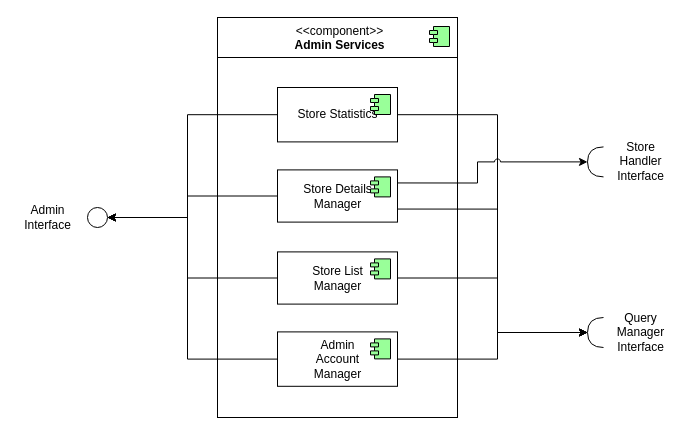
Before: DD/images/draw.io/admin_services.drawio in andreafra/Software-Engineering-2-Project-2021, a draw.io diagram. Source tidied: cells renumbered, new cells numbered last; positions are measured from the earlier drawing's top-left corner, leaving out a move shared by most shapes. Both pictures are drawn from the tidied source at 100%, with x=0, y=0 at pixel (17, 17).
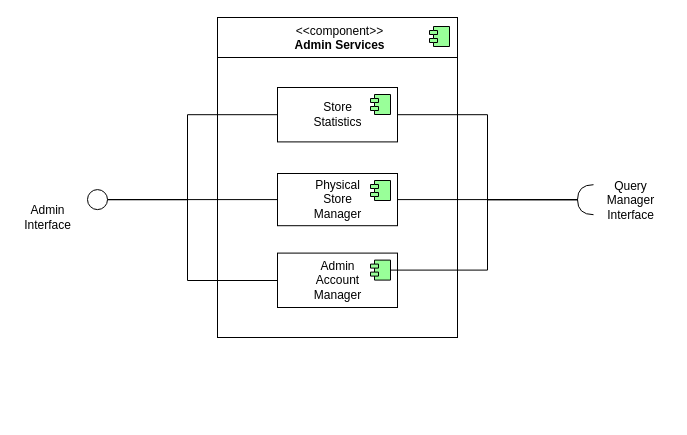
After the change.

Unchanged cells that the change refers to:
```xml
<mxCell id="28" style="shape=module;jettyWidth=8;jettyHeight=4;fillColor=#99FF99;" parent="27" vertex="1">
  <mxGeometry x="1" width="20" height="20" relative="1" as="geometry">
    <mxPoint x="-27" y="7" as="offset" />
  </mxGeometry>
</mxCell>
```

What changed in the source:
```diff
@@
     <mxCell id="2" style="html=1;align=center;" parent="1" vertex="1">
-      <mxGeometry x="200" y="40" width="240" height="360" as="geometry" />
+      <mxGeometry x="200" y="40" width="240" height="280" as="geometry" />
     </mxCell>
@@
-    <mxCell id="6" style="edgeStyle=orthogonalEdgeStyle;rounded=0;jettySize=auto;html=1;exitX=0;exitY=0.5;exitDx=0;exitDy=0;entryX=1;entryY=0.5;entryDx=0;entryDy=0;" parent="1" edge="1" source="8" target="18">
-      <mxGeometry relative="1" as="geometry">
-        <Array as="points">
-          <mxPoint x="170" y="261" />
-          <mxPoint x="170" y="200" />
-        </Array>
-      </mxGeometry>
-    </mxCell>
-    <mxCell id="7" style="edgeStyle=orthogonalEdgeStyle;rounded=0;jettySize=auto;html=1;exitX=1;exitY=0.5;exitDx=0;exitDy=0;entryX=1;entryY=0.5;entryDx=0;entryDy=0;entryPerimeter=0;" parent="1" edge="1" source="8" target="15">
-      <mxGeometry relative="1" as="geometry">
-        <Array as="points">
-          <mxPoint x="480" y="261" />
-          <mxPoint x="480" y="315" />
-        </Array>
-      </mxGeometry>
-    </mxCell>
-    <mxCell id="8" value="Store List&lt;br&gt;Manager" style="html=1;" parent="1" vertex="1">
-      <mxGeometry x="260" y="234.4" width="120" height="52.2" as="geometry" />
-    </mxCell>
-    <mxCell id="9" style="shape=module;jettyWidth=8;jettyHeight=4;fillColor=#99FF99;" parent="8" vertex="1">
-      <mxGeometry x="1" width="20" height="20" relative="1" as="geometry">
-        <mxPoint x="-27" y="7" as="offset" />
-      </mxGeometry>
-    </mxCell>
-    <mxCell id="10" style="edgeStyle=orthogonalEdgeStyle;rounded=0;jettySize=auto;html=1;exitX=0;exitY=0.5;exitDx=0;exitDy=0;entryX=1;entryY=0.5;entryDx=0;entryDy=0;" parent="1" edge="1" source="12" target="18">
+    <mxCell id="10" style="edgeStyle=orthogonalEdgeStyle;rounded=0;jettySize=auto;html=1;exitX=0;exitY=0.5;exitDx=0;exitDy=0;entryX=1;entryY=0.5;entryDx=0;entryDy=0;endArrow=none;endFill=0;" parent="1" edge="1" source="12" target="18">
       <mxGeometry relative="1" as="geometry">
         <Array as="points">
           <mxPoint x="170" y="97" />
-          <mxPoint x="170" y="200" />
+          <mxPoint x="170" y="182" />
         </Array>
       </mxGeometry>
     </mxCell>
-    <mxCell id="11" style="edgeStyle=orthogonalEdgeStyle;rounded=0;jettySize=auto;html=1;exitX=1;exitY=0.5;exitDx=0;exitDy=0;entryX=1;entryY=0.5;entryDx=0;entryDy=0;entryPerimeter=0;" parent="1" edge="1" source="12" target="15">
-      <mxGeometry relative="1" as="geometry">
-        <Array as="points">
-          <mxPoint x="480" y="97" />
-          <mxPoint x="480" y="315" />
-        </Array>
-      </mxGeometry>
+    <mxCell id="11" style="edgeStyle=orthogonalEdgeStyle;rounded=0;jettySize=auto;html=1;entryX=1;entryY=0.5;entryDx=0;entryDy=0;entryPerimeter=0;endArrow=none;endFill=0;" parent="1" edge="1" source="12" target="15">
+      <mxGeometry relative="1" as="geometry" />
     </mxCell>
-    <mxCell id="12" value="Store Statistics" style="html=1;" parent="1" vertex="1">
+    <mxCell id="12" value="Store&lt;br&gt;Statistics" style="html=1;" parent="1" vertex="1">
       <mxGeometry x="260" y="70" width="120" height="54.4" as="geometry" />
     </mxCell>
@@
-    <mxCell id="14" style="shape=requiredInterface;html=1;verticalLabelPosition=bottom;fillColor=#99FF99;align=center;direction=south;rotation=90;" parent="1" vertex="1">
-      <mxGeometry x="563" y="136.4" width="30" height="16" as="geometry" />
-    </mxCell>
     <mxCell id="15" style="shape=requiredInterface;html=1;verticalLabelPosition=bottom;fillColor=#99FF99;align=center;direction=west;" parent="1" vertex="1">
-      <mxGeometry x="570" y="300" width="16" height="30" as="geometry" />
+      <mxGeometry x="560" y="167.2" width="16" height="30" as="geometry" />
     </mxCell>
     <mxCell id="16" value="Query&lt;br&gt;Manager&lt;br&gt;Interface" style="text;html=1;align=center;verticalAlign=middle;" parent="1" vertex="1">
-      <mxGeometry x="593" y="290" width="60" height="50" as="geometry" />
+      <mxGeometry x="583" y="158.2" width="60" height="50" as="geometry" />
     </mxCell>
-    <mxCell id="17" value="Store&lt;br&gt;Handler&lt;br&gt;Interface" style="text;html=1;align=center;verticalAlign=middle;" parent="1" vertex="1">
-      <mxGeometry x="593" y="119.4" width="60" height="50" as="geometry" />
-    </mxCell>
+    <mxCell id="29" style="edgeStyle=orthogonalEdgeStyle;rounded=0;jettySize=auto;html=1;endArrow=none;endFill=0;" parent="1" edge="1" source="18" target="23">
+      <mxGeometry relative="1" as="geometry" />
+    </mxCell>
+    <mxCell id="30" style="edgeStyle=orthogonalEdgeStyle;rounded=0;jettySize=auto;html=1;endArrow=none;endFill=0;" parent="1" edge="1" source="18" target="27">
+      <mxGeometry relative="1" as="geometry">
+        <Array as="points">
+          <mxPoint x="170" y="182" />
+          <mxPoint x="170" y="263" />
+        </Array>
+      </mxGeometry>
+    </mxCell>
     <mxCell id="18" style="ellipse;fillColor=#ffffff;strokeColor=#000000;align=center;" parent="1" vertex="1">
-      <mxGeometry x="70" y="190" width="20" height="20" as="geometry" />
+      <mxGeometry x="70" y="172.1" width="20" height="20" as="geometry" />
     </mxCell>
@@
-    <mxCell id="20" style="edgeStyle=orthogonalEdgeStyle;rounded=0;jettySize=auto;html=1;exitX=0;exitY=0.5;exitDx=0;exitDy=0;" parent="1" edge="1" source="23">
-      <mxGeometry relative="1" as="geometry">
-        <mxPoint x="90" y="200" as="targetPoint" />
-        <Array as="points">
-          <mxPoint x="170" y="179" />
-          <mxPoint x="170" y="200" />
-        </Array>
-      </mxGeometry>
-    </mxCell>
-    <mxCell id="21" style="edgeStyle=orthogonalEdgeStyle;rounded=0;jettySize=auto;html=1;exitX=1;exitY=0.75;exitDx=0;exitDy=0;entryX=1;entryY=0.5;entryDx=0;entryDy=0;entryPerimeter=0;" parent="1" edge="1" source="23" target="15">
-      <mxGeometry relative="1" as="geometry">
-        <Array as="points">
-          <mxPoint x="480" y="192" />
-          <mxPoint x="480" y="315" />
-        </Array>
-      </mxGeometry>
+    <mxCell id="21" style="edgeStyle=orthogonalEdgeStyle;rounded=0;jettySize=auto;html=1;endArrow=none;endFill=0;" parent="1" edge="1" source="23" target="15">
+      <mxGeometry relative="1" as="geometry" />
     </mxCell>
-    <mxCell id="22" style="edgeStyle=orthogonalEdgeStyle;rounded=0;jettySize=auto;html=1;exitX=1;exitY=0.25;exitDx=0;exitDy=0;entryX=1;entryY=0.5;entryDx=0;entryDy=0;entryPerimeter=0;jumpStyle=arc;" parent="1" edge="1" source="23" target="14">
-      <mxGeometry relative="1" as="geometry">
-        <Array as="points">
-          <mxPoint x="460" y="166" />
-          <mxPoint x="460" y="144" />
-        </Array>
-      </mxGeometry>
-    </mxCell>
-    <mxCell id="23" value="Store Details&lt;br&gt;Manager" style="html=1;" parent="1" vertex="1">
-      <mxGeometry x="260" y="152.4" width="120" height="52.2" as="geometry" />
+    <mxCell id="23" value="Physical&lt;br&gt;Store&lt;br&gt;Manager" style="html=1;" parent="1" vertex="1">
+      <mxGeometry x="260" y="156" width="120" height="52.2" as="geometry" />
     </mxCell>
@@
-    <mxCell id="25" style="edgeStyle=orthogonalEdgeStyle;rounded=0;jettySize=auto;html=1;exitX=0;exitY=0.5;exitDx=0;exitDy=0;" parent="1" edge="1" source="27">
-      <mxGeometry relative="1" as="geometry">
-        <mxPoint x="90" y="200" as="targetPoint" />
-        <Array as="points">
-          <mxPoint x="170" y="342" />
-          <mxPoint x="170" y="200" />
-        </Array>
-      </mxGeometry>
-    </mxCell>
-    <mxCell id="26" style="edgeStyle=orthogonalEdgeStyle;rounded=0;jettySize=auto;html=1;exitX=1;exitY=0.5;exitDx=0;exitDy=0;entryX=1;entryY=0.5;entryDx=0;entryDy=0;entryPerimeter=0;" parent="1" edge="1" source="27" target="15">
-      <mxGeometry relative="1" as="geometry">
-        <Array as="points">
-          <mxPoint x="480" y="342" />
-          <mxPoint x="480" y="315" />
-        </Array>
-      </mxGeometry>
-    </mxCell>
     <mxCell id="27" value="Admin&lt;br&gt;Account&lt;br&gt;Manager" style="html=1;" parent="1" vertex="1">
-      <mxGeometry x="260" y="314.4" width="120" height="54.4" as="geometry" />
+      <mxGeometry x="260" y="235.6" width="120" height="54.4" as="geometry" />
     </mxCell>
@@
+    <mxCell id="31" style="edgeStyle=orthogonalEdgeStyle;rounded=0;jettySize=auto;html=1;entryX=1;entryY=0.5;entryDx=0;entryDy=0;entryPerimeter=0;endArrow=none;endFill=0;" parent="27" edge="1" source="28" target="15">
+      <mxGeometry relative="1" as="geometry">
+        <Array as="points">
+          <mxPoint x="210" y="17" />
+          <mxPoint x="210" y="-53" />
+        </Array>
+      </mxGeometry>
+    </mxCell>
```
